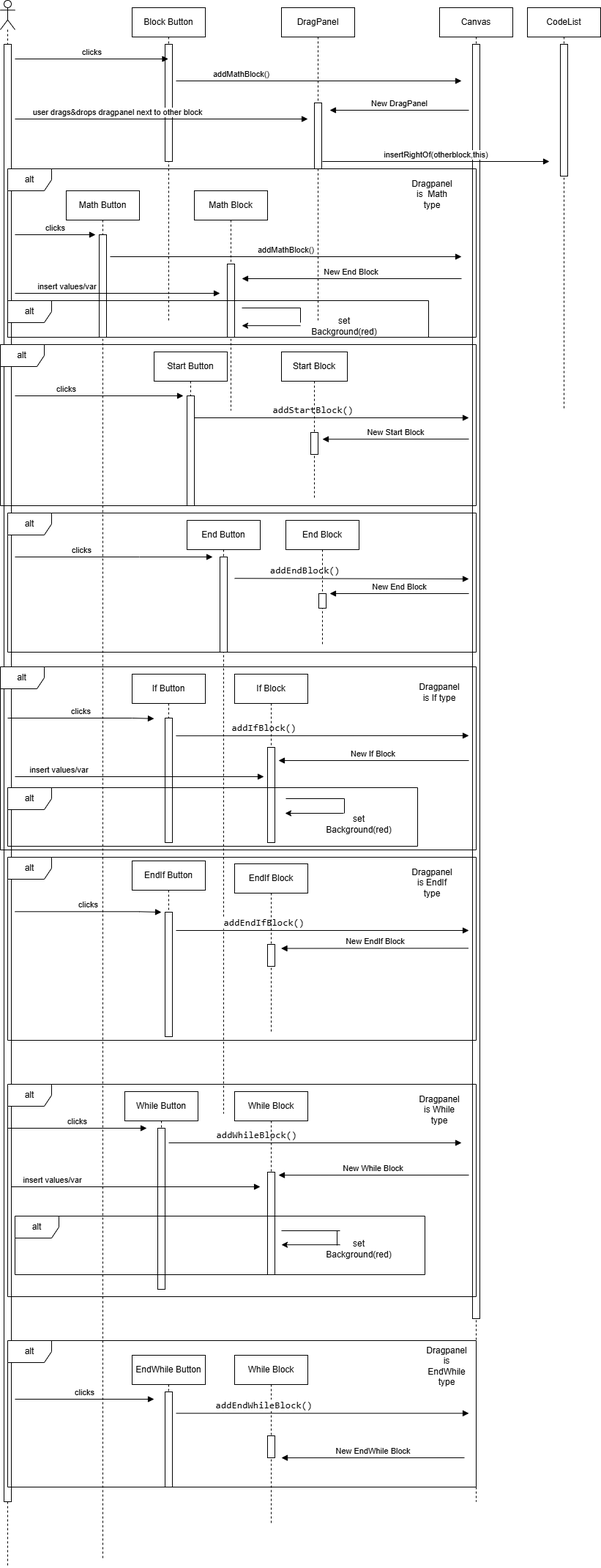
Above: 3-paradoteo/seq2.drawio.png in VasilisMichanetzis/Software-engineering-project-2025 (draw.io), before the change. Source tidied: cells renumbered, new cells last; positions are measured from the earlier drawing's top-left corner, leaving out a move shared by most shapes.
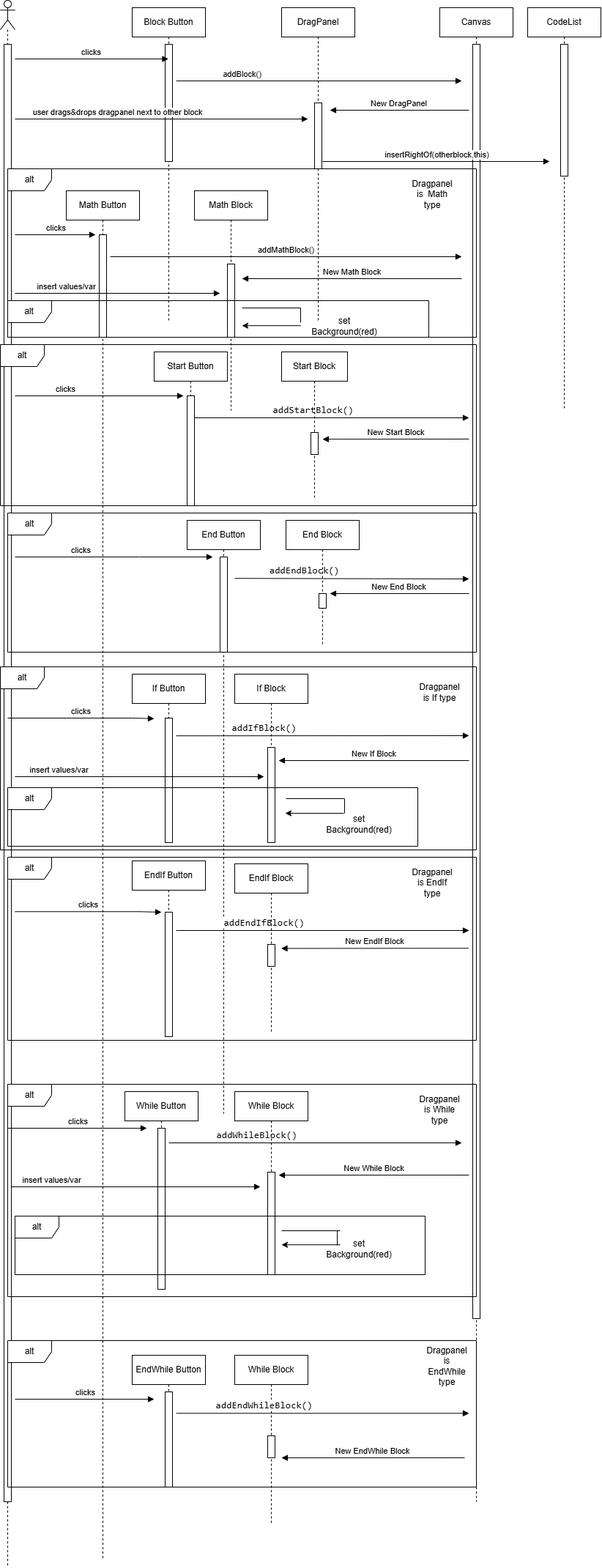
After the commit.

The edit, as a diff of the source:
```diff
@@ -259,7 +259,7 @@
     <mxCell id="61" style="html=1;perimeter=orthogonalPerimeter;targetShapes=umlLifeline;newEdgeStyle={&quot;curved&quot;:0,&quot;rounded&quot;:0};" parent="60" vertex="1">
       <mxGeometry x="45" y="100" width="10" height="100" as="geometry" />
     </mxCell>
-    <mxCell id="62" value="New End Block" style="html=1;verticalAlign=bottom;endArrow=block;curved=0;rounded=0;" parent="1" edge="1">
+    <mxCell id="62" value="New Math Block" style="html=1;verticalAlign=bottom;endArrow=block;curved=0;rounded=0;" parent="1" edge="1">
       <mxGeometry relative="1" as="geometry">
         <mxPoint x="630" y="380" as="sourcePoint" />
         <mxPoint x="330" y="380" as="targetPoint" />
@@ -369,7 +369,7 @@
         <mxPoint x="20" y="80" as="sourcePoint" />
       </mxGeometry>
     </mxCell>
-    <mxCell id="87" value="addMathBlock()" style="html=1;verticalAlign=bottom;endArrow=block;curved=0;rounded=0;" parent="1" edge="1">
+    <mxCell id="87" value="addBlock()" style="html=1;verticalAlign=bottom;endArrow=block;curved=0;rounded=0;" parent="1" edge="1">
       <mxGeometry x="-0.54" relative="1" as="geometry">
         <mxPoint x="240" y="110" as="sourcePoint" />
         <mxPoint x="630" y="110" as="targetPoint" />
```
